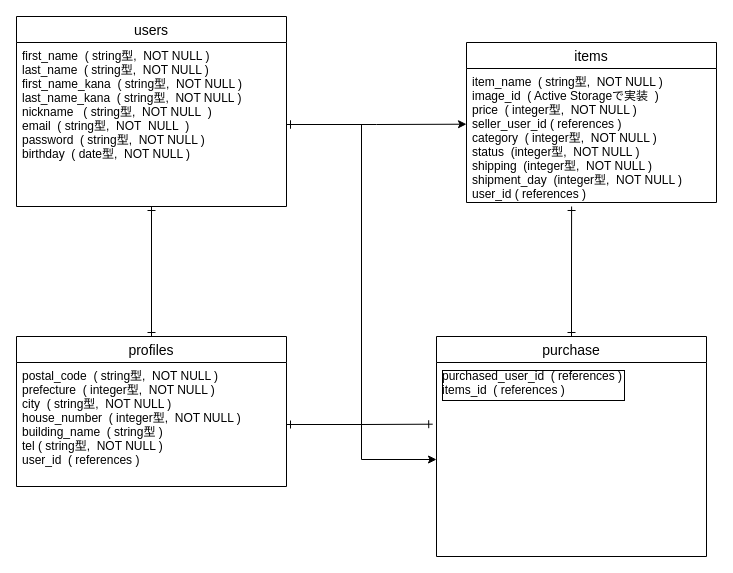
Earlier version of the draw.io diagram config/furima.dio (kimiko-i/furima-31997). Source tidied: cells renumbered, new cells numbered last; positions are measured from the earlier drawing's top-left corner, leaving out a move shared by most shapes. Both pictures are drawn from the tidied source at 100%, with x=0, y=0 at pixel (16, 16).
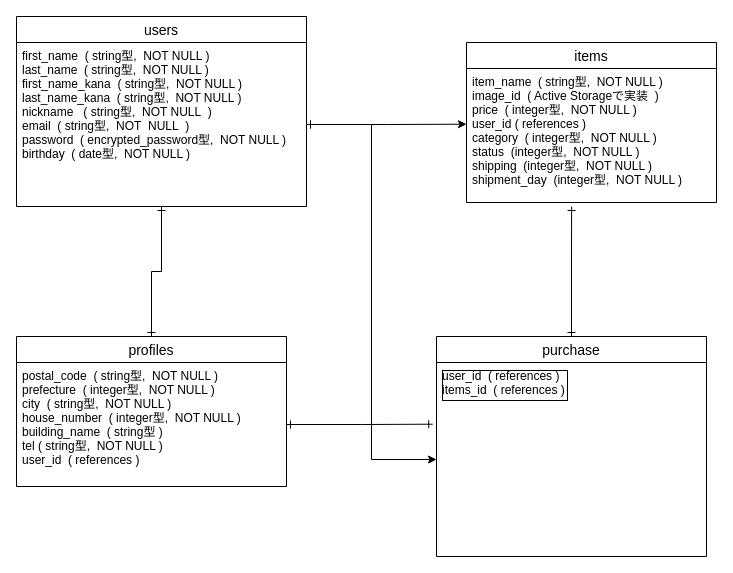
The same page after the edit.

The edit, as a diff of the source:
```diff
@@
 <mxGraphModel>
   <root>
     <mxCell id="0" />
     <mxCell id="1" parent="0" />
     <mxCell id="2" style="edgeStyle=orthogonalEdgeStyle;rounded=0;jettySize=auto;html=1;entryX=0.5;entryY=0;entryDx=0;entryDy=0;endArrow=ERone;endFill=0;startArrow=ERone;startFill=0;" parent="1" edge="1" source="3" target="4">
       <mxGeometry relative="1" as="geometry" />
     </mxCell>
     <mxCell id="3" value="users" style="swimlane;fontStyle=0;horizontal=1;startSize=26;align=center;fontSize=14;" parent="1" vertex="1">
-      <mxGeometry width="270" height="190" as="geometry" />
+      <mxGeometry width="290" height="190" as="geometry" />
     </mxCell>
+    <mxCell id="11" value="first_name  ( string型,  NOT NULL )&#10;last_name  ( string型,  NOT NULL )&#10;first_name_kana  ( string型,  NOT NULL )&#10;last_name_kana  ( string型,  NOT NULL )&#10;nickname   ( string型,  NOT NULL  )&#10;email  ( string型,  NOT  NULL  )&#10;password  ( encrypted_password型,  NOT NULL )&#10;birthday  ( date型,  NOT NULL )&#10;&#10;" style="text;strokeColor=none;fillColor=none;spacingLeft=4;spacingRight=4;overflow=hidden;points=[[0,0.5],[1,0.5]];portConstraint=eastwest;fontSize=12;" parent="3" vertex="1">
+      <mxGeometry y="26" width="290" height="164" as="geometry" />
+    </mxCell>
     <mxCell id="4" value="profiles" style="swimlane;fontStyle=0;horizontal=1;startSize=26;align=center;fontSize=14;" parent="1" vertex="1">
       <mxGeometry y="320" width="270" height="150" as="geometry" />
     </mxCell>
     <mxCell id="5" value="postal_code  ( string型,  NOT NULL )&#10;prefecture  ( integer型,  NOT NULL )&#10;city  ( string型,  NOT NULL )&#10;house_number  ( integer型,  NOT NULL )&#10;building_name  ( string型 )&#10;tel ( string型,  NOT NULL )&#10;user_id  ( references )" style="text;strokeColor=none;fillColor=none;spacingLeft=4;spacingRight=4;overflow=hidden;points=[[0,0.5],[1,0.5]];portConstraint=eastwest;fontSize=12;" parent="4" vertex="1">
       <mxGeometry y="26" width="270" height="124" as="geometry" />
     </mxCell>
     <mxCell id="6" style="edgeStyle=orthogonalEdgeStyle;rounded=0;jettySize=auto;html=1;exitX=1;exitY=0.5;exitDx=0;exitDy=0;startArrow=ERone;startFill=0;endArrow=classic;endFill=1;" parent="1" edge="1" source="11">
       <mxGeometry relative="1" as="geometry">
         <mxPoint x="450" y="107.7" as="targetPoint" />
       </mxGeometry>
     </mxCell>
     <mxCell id="7" style="edgeStyle=orthogonalEdgeStyle;rounded=0;jettySize=auto;html=1;exitX=0.5;exitY=0;exitDx=0;exitDy=0;startArrow=ERone;startFill=0;endArrow=ERone;endFill=0;fontColor=#f0f0f0;" parent="1" edge="1" source="8">
       <mxGeometry relative="1" as="geometry">
         <mxPoint x="555.1" y="190" as="targetPoint" />
       </mxGeometry>
     </mxCell>
     <mxCell id="8" value="purchase" style="swimlane;fontStyle=0;horizontal=1;startSize=26;align=center;fontSize=14;" parent="1" vertex="1">
       <mxGeometry x="420" y="320" width="270" height="220" as="geometry" />
     </mxCell>
-    <mxCell id="9" value="purchased_user_id  ( references )&#10;items_id  ( references )&#10;" style="text;strokeColor=none;fillColor=none;spacingLeft=4;spacingRight=4;overflow=hidden;points=[[0,0.5],[1,0.5]];portConstraint=eastwest;fontSize=12;labelBackgroundColor=none;verticalAlign=top;labelBorderColor=#000000;" parent="8" vertex="1">
+    <mxCell id="9" value="user_id  ( references )&#10;items_id  ( references )&#10;" style="text;strokeColor=none;fillColor=none;spacingLeft=4;spacingRight=4;overflow=hidden;points=[[0,0.5],[1,0.5]];portConstraint=eastwest;fontSize=12;labelBackgroundColor=none;verticalAlign=top;labelBorderColor=#000000;" parent="8" vertex="1">
       <mxGeometry y="26" width="270" height="194" as="geometry" />
     </mxCell>
     <mxCell id="10" style="edgeStyle=orthogonalEdgeStyle;rounded=0;jettySize=auto;html=1;startArrow=ERone;startFill=0;endArrow=classic;endFill=1;fontColor=#f0f0f0;" parent="1" edge="1" source="11" target="9">
       <mxGeometry relative="1" as="geometry" />
     </mxCell>
-    <mxCell id="11" value="first_name  ( string型,  NOT NULL )&#10;last_name  ( string型,  NOT NULL )&#10;first_name_kana  ( string型,  NOT NULL )&#10;last_name_kana  ( string型,  NOT NULL )&#10;nickname   ( string型,  NOT NULL  )&#10;email  ( string型,  NOT  NULL  )&#10;password  ( string型,  NOT NULL )&#10;birthday  ( date型,  NOT NULL )&#10;&#10;" style="text;strokeColor=none;fillColor=none;spacingLeft=4;spacingRight=4;overflow=hidden;points=[[0,0.5],[1,0.5]];portConstraint=eastwest;fontSize=12;" parent="1" vertex="1">
-      <mxGeometry y="26" width="270" height="164" as="geometry" />
-    </mxCell>
     <mxCell id="12" style="edgeStyle=orthogonalEdgeStyle;rounded=0;jettySize=auto;html=1;exitX=1;exitY=0.5;exitDx=0;exitDy=0;entryX=-0.014;entryY=0.318;entryDx=0;entryDy=0;entryPerimeter=0;startArrow=ERone;startFill=0;endArrow=ERone;endFill=0;fontColor=#f0f0f0;" parent="1" edge="1" source="5" target="9">
       <mxGeometry relative="1" as="geometry" />
     </mxCell>
     <mxCell id="13" value="items" style="swimlane;fontStyle=0;horizontal=1;startSize=26;align=center;fontSize=14;" parent="1" vertex="1">
       <mxGeometry x="450" y="26" width="250" height="160" as="geometry" />
     </mxCell>
-    <mxCell id="14" value="item_name  ( string型,  NOT NULL )&#10;image_id  ( Active Storageで実装  )&#10;price  ( integer型,  NOT NULL )&#10;seller_user_id ( references )&#10;category  ( integer型,  NOT NULL )&#10;status  (integer型,  NOT NULL )&#10;shipping  (integer型,  NOT NULL )&#10;shipment_day  (integer型,  NOT NULL )&#10;user_id ( references )&#10;" style="text;strokeColor=none;fillColor=none;spacingLeft=4;spacingRight=4;overflow=hidden;fontSize=12;" parent="13" vertex="1">
+    <mxCell id="14" value="item_name  ( string型,  NOT NULL )&#10;image_id  ( Active Storageで実装  )&#10;price  ( integer型,  NOT NULL )&#10;user_id ( references )&#10;category  ( integer型,  NOT NULL )&#10;status  (integer型,  NOT NULL )&#10;shipping  (integer型,  NOT NULL )&#10;shipment_day  (integer型,  NOT NULL )&#10;" style="text;strokeColor=none;fillColor=none;spacingLeft=4;spacingRight=4;overflow=hidden;fontSize=12;" parent="13" vertex="1">
       <mxGeometry y="26" width="250" height="134" as="geometry" />
     </mxCell>
   </root>
 </mxGraphModel>
```
